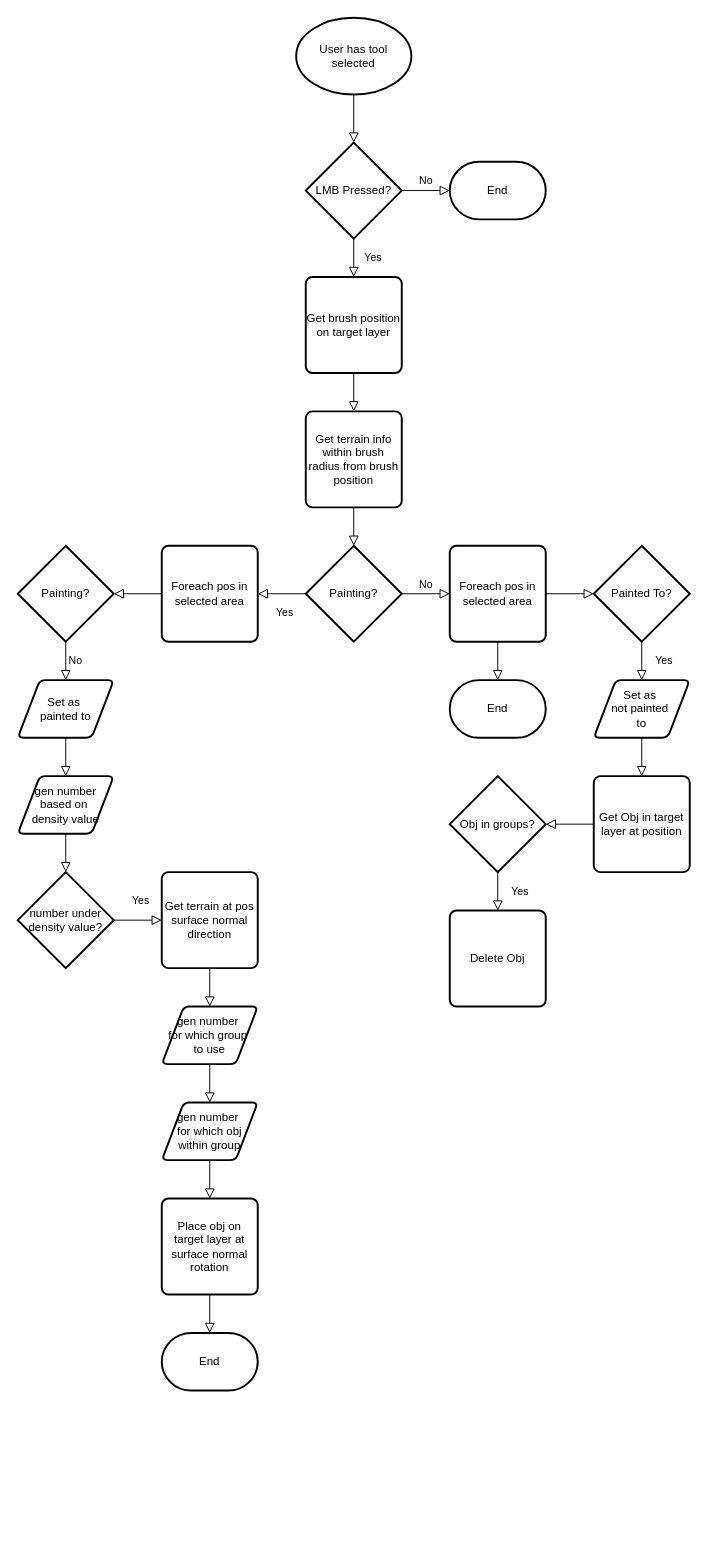
The draw.io diagram ToolsDevFlowDiagram.drawio in D761454/Tools-Development, before the edit. Source tidied: cells renumbered, new cells numbered last; positions are measured from the earlier drawing's top-left corner, leaving out a move shared by most shapes. Both pictures are drawn from the tidied source at 96%, with x=0, y=0 at pixel (17, 17).
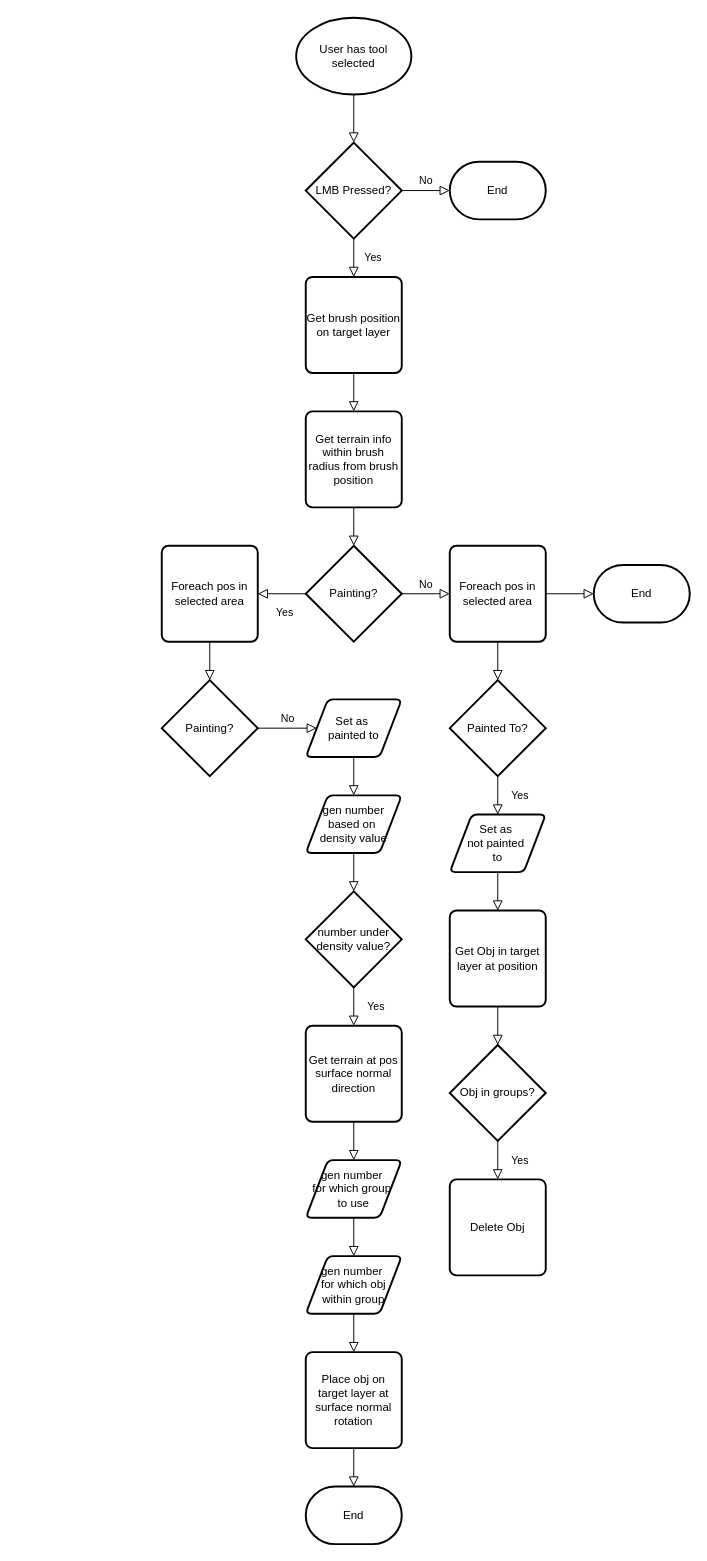
The same diagram, later.

The change refers to these unchanged cells:
```xml
<mxCell id="15" value="Foreach pos in selected area" style="rounded=1;whiteSpace=wrap;html=1;absoluteArcSize=1;arcSize=14;strokeWidth=2;" parent="1" vertex="1">
  <mxGeometry x="450" y="550" width="100" height="100" as="geometry" />
</mxCell>
<mxCell id="26" value="Foreach pos in selected area" style="rounded=1;whiteSpace=wrap;html=1;absoluteArcSize=1;arcSize=14;strokeWidth=2;" parent="1" vertex="1">
  <mxGeometry x="150" y="550" width="100" height="100" as="geometry" />
</mxCell>
```

Diff of the diagram source:
```diff
@@
     <mxCell id="16" value="Painted To?" style="strokeWidth=2;html=1;shape=mxgraph.flowchart.decision;whiteSpace=wrap;" parent="1" vertex="1">
-      <mxGeometry x="600" y="550" width="100" height="100" as="geometry" />
+      <mxGeometry x="450" y="690" width="100" height="100" as="geometry" />
     </mxCell>
-    <mxCell id="17" style="edgeStyle=orthogonalEdgeStyle;rounded=0;jettySize=auto;html=1;exitX=1;exitY=0.5;exitDx=0;exitDy=0;entryX=0;entryY=0.5;entryDx=0;entryDy=0;entryPerimeter=0;endSize=8;endArrow=block;endFill=0;" parent="1" edge="1" source="15" target="16">
+    <mxCell id="17" style="edgeStyle=orthogonalEdgeStyle;rounded=0;jettySize=auto;html=1;exitX=0.5;exitY=1;exitDx=0;exitDy=0;entryX=0.5;entryY=0;entryDx=0;entryDy=0;entryPerimeter=0;endSize=8;endArrow=block;endFill=0;" parent="1" edge="1" source="15" target="16">
       <mxGeometry relative="1" as="geometry" />
     </mxCell>
@@
     <mxCell id="20" value="Set as&amp;nbsp;&lt;div&gt;not painted&amp;nbsp;&lt;/div&gt;&lt;div&gt;to&lt;/div&gt;" style="shape=parallelogram;html=1;strokeWidth=2;perimeter=parallelogramPerimeter;whiteSpace=wrap;rounded=1;arcSize=12;size=0.23;" parent="1" vertex="1">
-      <mxGeometry x="600" y="690" width="100" height="60" as="geometry" />
+      <mxGeometry x="450" y="830" width="100" height="60" as="geometry" />
     </mxCell>
     <mxCell id="21" value="Get Obj in target layer at position" style="rounded=1;whiteSpace=wrap;html=1;absoluteArcSize=1;arcSize=14;strokeWidth=2;" parent="1" vertex="1">
-      <mxGeometry x="600" y="790" width="100" height="100" as="geometry" />
+      <mxGeometry x="450" y="930" width="100" height="100" as="geometry" />
     </mxCell>
@@
     <mxCell id="23" value="Obj in groups?" style="strokeWidth=2;html=1;shape=mxgraph.flowchart.decision;whiteSpace=wrap;" parent="1" vertex="1">
-      <mxGeometry x="450" y="790" width="100" height="100" as="geometry" />
+      <mxGeometry x="450" y="1070" width="100" height="100" as="geometry" />
     </mxCell>
-    <mxCell id="24" style="edgeStyle=orthogonalEdgeStyle;rounded=0;jettySize=auto;html=1;exitX=0;exitY=0.5;exitDx=0;exitDy=0;entryX=1;entryY=0.5;entryDx=0;entryDy=0;entryPerimeter=0;endSize=8;endArrow=block;endFill=0;" parent="1" edge="1" source="21" target="23">
+    <mxCell id="24" style="edgeStyle=orthogonalEdgeStyle;rounded=0;jettySize=auto;html=1;exitX=0.5;exitY=1;exitDx=0;exitDy=0;entryX=0.5;entryY=0;entryDx=0;entryDy=0;entryPerimeter=0;endSize=8;endArrow=block;endFill=0;" parent="1" edge="1" source="21" target="23">
       <mxGeometry relative="1" as="geometry" />
     </mxCell>
     <mxCell id="25" value="Delete Obj" style="rounded=1;whiteSpace=wrap;html=1;absoluteArcSize=1;arcSize=14;strokeWidth=2;" parent="1" vertex="1">
-      <mxGeometry x="450" y="930" width="100" height="100" as="geometry" />
+      <mxGeometry x="450" y="1210" width="100" height="100" as="geometry" />
     </mxCell>
@@
-    <mxCell id="27" value="No" style="edgeStyle=orthogonalEdgeStyle;rounded=0;html=1;jettySize=auto;fontSize=11;endArrow=block;endFill=0;endSize=8;strokeWidth=1;shadow=0;labelBackgroundColor=none;exitX=0.5;exitY=1;exitDx=0;exitDy=0;exitPerimeter=0;spacing=0;entryX=0.5;entryY=0;entryDx=0;entryDy=0;" parent="1" edge="1" source="28" target="31">
+    <mxCell id="27" value="No" style="edgeStyle=orthogonalEdgeStyle;rounded=0;html=1;jettySize=auto;fontSize=11;endArrow=block;endFill=0;endSize=8;strokeWidth=1;shadow=0;labelBackgroundColor=none;exitX=1;exitY=0.5;exitDx=0;exitDy=0;exitPerimeter=0;spacing=0;entryX=0;entryY=0.5;entryDx=0;entryDy=0;" parent="1" edge="1" source="28" target="31">
       <mxGeometry y="10" relative="1" as="geometry" />
     </mxCell>
     <mxCell id="28" value="Painting?" style="strokeWidth=2;html=1;shape=mxgraph.flowchart.decision;whiteSpace=wrap;" parent="1" vertex="1">
-      <mxGeometry y="550" width="100" height="100" as="geometry" />
+      <mxGeometry x="150" y="690" width="100" height="100" as="geometry" />
     </mxCell>
-    <mxCell id="29" style="edgeStyle=orthogonalEdgeStyle;rounded=0;jettySize=auto;html=1;exitX=0;exitY=0.5;exitDx=0;exitDy=0;entryX=1;entryY=0.5;entryDx=0;entryDy=0;entryPerimeter=0;endSize=8;endArrow=block;endFill=0;" parent="1" edge="1" source="26" target="28">
+    <mxCell id="29" style="edgeStyle=orthogonalEdgeStyle;rounded=0;jettySize=auto;html=1;exitX=0.5;exitY=1;exitDx=0;exitDy=0;entryX=0.5;entryY=0;entryDx=0;entryDy=0;entryPerimeter=0;endSize=8;endArrow=block;endFill=0;" parent="1" edge="1" source="26" target="28">
       <mxGeometry relative="1" as="geometry" />
     </mxCell>
@@
     <mxCell id="31" value="Set as&amp;nbsp;&lt;div&gt;painted&amp;nbsp;&lt;span style=&quot;background-color: transparent; color: light-dark(rgb(0, 0, 0), rgb(255, 255, 255));&quot;&gt;to&lt;/span&gt;&lt;/div&gt;" style="shape=parallelogram;html=1;strokeWidth=2;perimeter=parallelogramPerimeter;whiteSpace=wrap;rounded=1;arcSize=12;size=0.23;" parent="1" vertex="1">
-      <mxGeometry y="690" width="100" height="60" as="geometry" />
+      <mxGeometry x="300" y="710" width="100" height="60" as="geometry" />
     </mxCell>
     <mxCell id="32" value="gen number based on&amp;nbsp;&lt;div&gt;density value&lt;/div&gt;" style="shape=parallelogram;html=1;strokeWidth=2;perimeter=parallelogramPerimeter;whiteSpace=wrap;rounded=1;arcSize=12;size=0.23;" parent="1" vertex="1">
-      <mxGeometry y="790" width="100" height="60" as="geometry" />
+      <mxGeometry x="300" y="810" width="100" height="60" as="geometry" />
     </mxCell>
     <mxCell id="33" value="number under density value?" style="strokeWidth=2;html=1;shape=mxgraph.flowchart.decision;whiteSpace=wrap;" parent="1" vertex="1">
-      <mxGeometry y="890" width="100" height="100" as="geometry" />
+      <mxGeometry x="300" y="910" width="100" height="100" as="geometry" />
     </mxCell>
-    <mxCell id="34" value="Yes" style="rounded=0;html=1;jettySize=auto;fontSize=11;endArrow=block;endFill=0;endSize=8;strokeWidth=1;shadow=0;labelBackgroundColor=none;edgeStyle=orthogonalEdgeStyle;exitX=1;exitY=0.5;exitDx=0;exitDy=0;exitPerimeter=0;align=center;labelPosition=center;verticalLabelPosition=middle;verticalAlign=middle;spacingTop=0;spacing=0;spacingRight=0;spacingLeft=5;entryX=0;entryY=0.5;entryDx=0;entryDy=0;" parent="1" edge="1" source="33" target="36">
+    <mxCell id="34" value="Yes" style="rounded=0;html=1;jettySize=auto;fontSize=11;endArrow=block;endFill=0;endSize=8;strokeWidth=1;shadow=0;labelBackgroundColor=none;edgeStyle=orthogonalEdgeStyle;exitX=0.5;exitY=1;exitDx=0;exitDy=0;exitPerimeter=0;align=center;labelPosition=center;verticalLabelPosition=middle;verticalAlign=middle;spacingTop=0;spacing=0;spacingRight=0;spacingLeft=5;entryX=0.5;entryY=0;entryDx=0;entryDy=0;" parent="1" edge="1" source="33" target="36">
       <mxGeometry y="20" relative="1" as="geometry" />
     </mxCell>
@@
     <mxCell id="36" value="Get terrain at pos surface normal direction" style="rounded=1;whiteSpace=wrap;html=1;absoluteArcSize=1;arcSize=14;strokeWidth=2;" parent="1" vertex="1">
-      <mxGeometry x="150" y="890" width="100" height="100" as="geometry" />
+      <mxGeometry x="300" y="1050" width="100" height="100" as="geometry" />
     </mxCell>
@@
     <mxCell id="38" value="gen number&amp;nbsp;&lt;div&gt;for which group&amp;nbsp;&lt;/div&gt;&lt;div&gt;to use&lt;/div&gt;" style="shape=parallelogram;html=1;strokeWidth=2;perimeter=parallelogramPerimeter;whiteSpace=wrap;rounded=1;arcSize=12;size=0.23;" parent="1" vertex="1">
-      <mxGeometry x="150" y="1030" width="100" height="60" as="geometry" />
+      <mxGeometry x="300" y="1190" width="100" height="60" as="geometry" />
     </mxCell>
@@
     <mxCell id="40" value="gen number&amp;nbsp;&lt;div&gt;for which obj within group&lt;br&gt;&lt;/div&gt;" style="shape=parallelogram;html=1;strokeWidth=2;perimeter=parallelogramPerimeter;whiteSpace=wrap;rounded=1;arcSize=12;size=0.23;" parent="1" vertex="1">
-      <mxGeometry x="150" y="1130" width="100" height="60" as="geometry" />
+      <mxGeometry x="300" y="1290" width="100" height="60" as="geometry" />
     </mxCell>
@@
     <mxCell id="42" value="Place obj on target layer at surface normal rotation" style="rounded=1;whiteSpace=wrap;html=1;absoluteArcSize=1;arcSize=14;strokeWidth=2;" parent="1" vertex="1">
-      <mxGeometry x="150" y="1230" width="100" height="100" as="geometry" />
+      <mxGeometry x="300" y="1390" width="100" height="100" as="geometry" />
     </mxCell>
     <mxCell id="43" value="End" style="strokeWidth=2;html=1;shape=mxgraph.flowchart.terminator;whiteSpace=wrap;" parent="1" vertex="1">
-      <mxGeometry x="150" y="1370" width="100" height="60" as="geometry" />
+      <mxGeometry x="300" y="1530" width="100" height="60" as="geometry" />
     </mxCell>
@@
     <mxCell id="45" value="End" style="strokeWidth=2;html=1;shape=mxgraph.flowchart.terminator;whiteSpace=wrap;" parent="1" vertex="1">
-      <mxGeometry x="450" y="690" width="100" height="60" as="geometry" />
+      <mxGeometry x="600" y="570" width="100" height="60" as="geometry" />
     </mxCell>
-    <mxCell id="46" style="edgeStyle=orthogonalEdgeStyle;rounded=0;jettySize=auto;html=1;exitX=0.5;exitY=1;exitDx=0;exitDy=0;entryX=0.5;entryY=0;entryDx=0;entryDy=0;entryPerimeter=0;endSize=8;endArrow=block;endFill=0;" parent="1" edge="1" source="15" target="45">
+    <mxCell id="46" style="edgeStyle=orthogonalEdgeStyle;rounded=0;jettySize=auto;html=1;exitX=1;exitY=0.5;exitDx=0;exitDy=0;entryX=0;entryY=0.5;entryDx=0;entryDy=0;entryPerimeter=0;endSize=8;endArrow=block;endFill=0;" parent="1" edge="1" source="15" target="45">
       <mxGeometry relative="1" as="geometry" />
     </mxCell>
```
